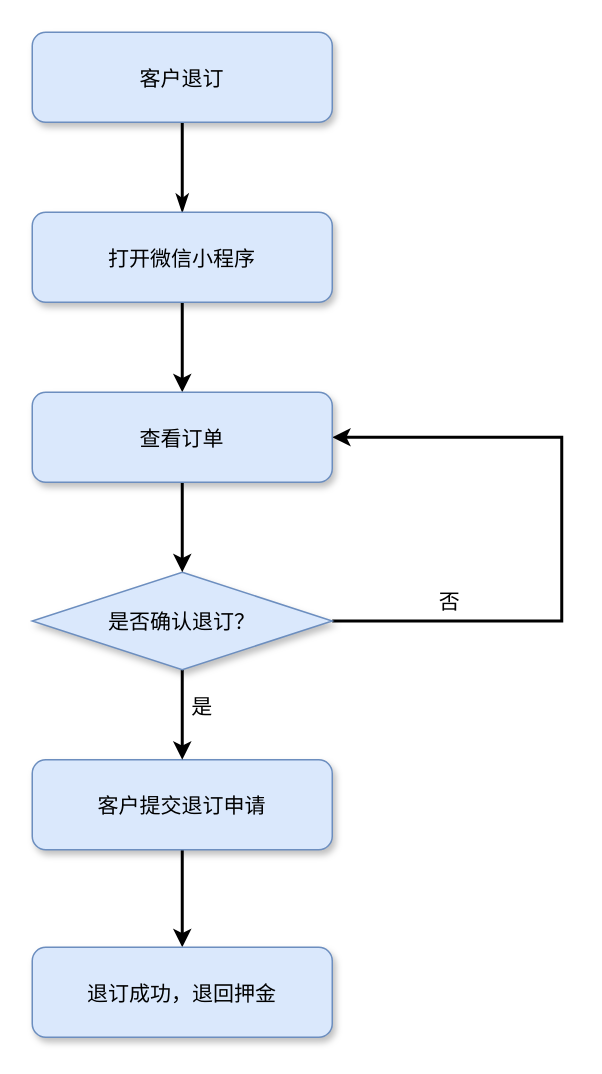
Before: docs/src/客户退订.drawio in AndSonder/smart-hotel-database, a draw.io diagram. Source tidied: cells renumbered, new cells numbered last; positions are measured from the earlier drawing's top-left corner, leaving out a move shared by most shapes. Both pictures are drawn from the tidied source at 150%, with x=0, y=0 at pixel (32, 32).
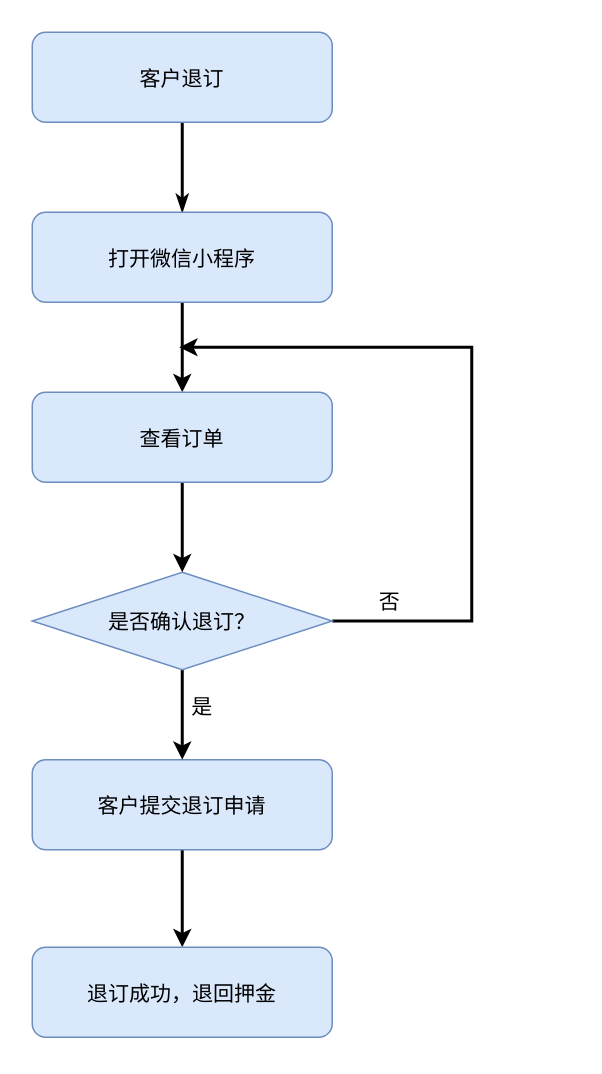
After the change.

What changed in the source:
```diff
@@
 <mxGraphModel>
   <root>
     <mxCell id="0" />
     <mxCell id="1" parent="0" />
-    <mxCell id="2" style="edgeStyle=none;rounded=0;jettySize=auto;html=1;exitX=0.5;exitY=1;exitDx=0;exitDy=0;startArrow=none;startFill=0;endArrow=classicThin;endFill=1;strokeColor=#000000;strokeWidth=2;" parent="1" edge="1" source="3" target="5">
+    <mxCell id="2" style="edgeStyle=none;rounded=0;jettySize=auto;html=1;exitX=0.5;exitY=1;exitDx=0;exitDy=0;startArrow=none;startFill=0;endArrow=classicThin;endFill=1;strokeColor=#000000;strokeWidth=2;shadow=0;" parent="1" edge="1" source="3" target="5">
       <mxGeometry relative="1" as="geometry" />
     </mxCell>
-    <mxCell id="3" value="客户退订" style="rounded=1;fillColor=#dae8fc;strokeColor=#6c8ebf;shadow=1;fontStyle=0;fontSize=14;" parent="1" vertex="1">
+    <mxCell id="3" value="客户退订" style="rounded=1;fillColor=#dae8fc;strokeColor=#6c8ebf;shadow=0;fontStyle=0;fontSize=14;" parent="1" vertex="1">
       <mxGeometry width="200" height="60" as="geometry" />
     </mxCell>
-    <mxCell id="4" style="edgeStyle=orthogonalEdgeStyle;rounded=0;jettySize=auto;html=1;exitX=0.5;exitY=1;exitDx=0;exitDy=0;entryX=0.5;entryY=0;entryDx=0;entryDy=0;strokeWidth=2;" parent="1" edge="1" source="5" target="13">
+    <mxCell id="4" style="edgeStyle=orthogonalEdgeStyle;rounded=0;jettySize=auto;html=1;exitX=0.5;exitY=1;exitDx=0;exitDy=0;entryX=0.5;entryY=0;entryDx=0;entryDy=0;strokeWidth=2;shadow=0;" parent="1" edge="1" source="5" target="13">
       <mxGeometry relative="1" as="geometry" />
     </mxCell>
-    <mxCell id="5" value="打开微信小程序" style="rounded=1;fillColor=#dae8fc;strokeColor=#6c8ebf;shadow=1;fontStyle=0;fontSize=14;" parent="1" vertex="1">
+    <mxCell id="5" value="打开微信小程序" style="rounded=1;fillColor=#dae8fc;strokeColor=#6c8ebf;shadow=0;fontStyle=0;fontSize=14;" parent="1" vertex="1">
       <mxGeometry y="120" width="200" height="60" as="geometry" />
     </mxCell>
-    <mxCell id="6" style="edgeStyle=orthogonalEdgeStyle;rounded=0;jettySize=auto;html=1;exitX=0.5;exitY=1;exitDx=0;exitDy=0;entryX=0.5;entryY=0;entryDx=0;entryDy=0;strokeWidth=2;" parent="1" edge="1" source="7" target="8">
+    <mxCell id="6" style="edgeStyle=orthogonalEdgeStyle;rounded=0;jettySize=auto;html=1;exitX=0.5;exitY=1;exitDx=0;exitDy=0;entryX=0.5;entryY=0;entryDx=0;entryDy=0;strokeWidth=2;shadow=0;" parent="1" edge="1" source="7" target="8">
       <mxGeometry relative="1" as="geometry" />
     </mxCell>
-    <mxCell id="7" value="客户提交退订申请" style="rounded=1;fillColor=#dae8fc;strokeColor=#6c8ebf;shadow=1;fontStyle=0;fontSize=14;" parent="1" vertex="1">
+    <mxCell id="7" value="客户提交退订申请" style="rounded=1;fillColor=#dae8fc;strokeColor=#6c8ebf;shadow=0;fontStyle=0;fontSize=14;" parent="1" vertex="1">
       <mxGeometry y="485" width="200" height="60" as="geometry" />
     </mxCell>
-    <mxCell id="8" value="退订成功，退回押金" style="rounded=1;fillColor=#dae8fc;strokeColor=#6c8ebf;shadow=1;fontStyle=0;fontSize=14;" parent="1" vertex="1">
+    <mxCell id="8" value="退订成功，退回押金" style="rounded=1;fillColor=#dae8fc;strokeColor=#6c8ebf;shadow=0;fontStyle=0;fontSize=14;" parent="1" vertex="1">
       <mxGeometry y="610" width="200" height="60" as="geometry" />
     </mxCell>
-    <mxCell id="9" style="edgeStyle=orthogonalEdgeStyle;rounded=0;jettySize=auto;html=1;exitX=0.5;exitY=1;exitDx=0;exitDy=0;entryX=0.5;entryY=0;entryDx=0;entryDy=0;strokeWidth=2;" parent="1" edge="1" source="11" target="7">
+    <mxCell id="9" style="edgeStyle=orthogonalEdgeStyle;rounded=0;jettySize=auto;html=1;exitX=0.5;exitY=1;exitDx=0;exitDy=0;entryX=0.5;entryY=0;entryDx=0;entryDy=0;strokeWidth=2;shadow=0;" parent="1" edge="1" source="11" target="7">
       <mxGeometry relative="1" as="geometry" />
     </mxCell>
-    <mxCell id="10" style="edgeStyle=orthogonalEdgeStyle;rounded=0;jettySize=auto;html=1;exitX=1;exitY=0.5;exitDx=0;exitDy=0;entryX=1;entryY=0.5;entryDx=0;entryDy=0;strokeWidth=2;" parent="1" edge="1" source="11" target="13">
-      <mxGeometry relative="1" as="geometry">
-        <Array as="points">
-          <mxPoint x="353" y="393" />
-          <mxPoint x="353" y="270" />
-        </Array>
-      </mxGeometry>
-    </mxCell>
+    <mxCell id="16" style="edgeStyle=elbowEdgeStyle;rounded=0;jettySize=auto;html=1;exitX=1;exitY=0.5;exitDx=0;exitDy=0;entryX=1;entryY=0.5;entryDx=0;entryDy=0;shadow=0;strokeWidth=2;" parent="1" edge="1" source="11">
+      <mxGeometry relative="1" as="geometry">
+        <mxPoint x="98" y="210" as="targetPoint" />
+        <Array as="points">
+          <mxPoint x="293" y="280" />
+          <mxPoint x="283" y="280" />
+          <mxPoint x="323" y="300" />
+          <mxPoint x="463" y="310" />
+        </Array>
+      </mxGeometry>
+    </mxCell>
-    <mxCell id="11" value="&lt;font style=&quot;vertical-align: inherit ; font-size: 14px&quot;&gt;&lt;font style=&quot;vertical-align: inherit ; font-size: 14px&quot;&gt;&lt;font style=&quot;vertical-align: inherit ; font-size: 14px&quot;&gt;&lt;font style=&quot;vertical-align: inherit ; font-size: 14px&quot;&gt;是否确认退订？&lt;/font&gt;&lt;/font&gt;&lt;/font&gt;&lt;/font&gt;" style="rhombus;whiteSpace=wrap;html=1;fillColor=#dae8fc;strokeColor=#6c8ebf;shadow=1;" parent="1" vertex="1">
+    <mxCell id="11" value="&lt;font style=&quot;vertical-align: inherit ; font-size: 14px&quot;&gt;&lt;font style=&quot;vertical-align: inherit ; font-size: 14px&quot;&gt;&lt;font style=&quot;vertical-align: inherit ; font-size: 14px&quot;&gt;&lt;font style=&quot;vertical-align: inherit ; font-size: 14px&quot;&gt;是否确认退订？&lt;/font&gt;&lt;/font&gt;&lt;/font&gt;&lt;/font&gt;" style="rhombus;whiteSpace=wrap;html=1;fillColor=#dae8fc;strokeColor=#6c8ebf;shadow=0;" parent="1" vertex="1">
       <mxGeometry y="360" width="200" height="65" as="geometry" />
     </mxCell>
-    <mxCell id="12" style="edgeStyle=orthogonalEdgeStyle;rounded=0;jettySize=auto;html=1;exitX=0.5;exitY=1;exitDx=0;exitDy=0;entryX=0.5;entryY=0;entryDx=0;entryDy=0;strokeWidth=2;" parent="1" edge="1" source="13" target="11">
+    <mxCell id="12" style="edgeStyle=orthogonalEdgeStyle;rounded=0;jettySize=auto;html=1;exitX=0.5;exitY=1;exitDx=0;exitDy=0;entryX=0.5;entryY=0;entryDx=0;entryDy=0;strokeWidth=2;shadow=0;" parent="1" edge="1" source="13" target="11">
       <mxGeometry relative="1" as="geometry" />
     </mxCell>
-    <mxCell id="13" value="查看订单" style="rounded=1;fillColor=#dae8fc;strokeColor=#6c8ebf;shadow=1;fontStyle=0;fontSize=14;" parent="1" vertex="1">
+    <mxCell id="13" value="查看订单" style="rounded=1;fillColor=#dae8fc;strokeColor=#6c8ebf;shadow=0;fontStyle=0;fontSize=14;" parent="1" vertex="1">
       <mxGeometry y="240" width="200" height="60" as="geometry" />
     </mxCell>
-    <mxCell id="14" value="&lt;font style=&quot;font-size: 14px&quot;&gt;否&lt;/font&gt;" style="text;html=1;align=center;verticalAlign=middle;strokeColor=none;" parent="1" vertex="1">
-      <mxGeometry x="263" y="370" width="30" height="20" as="geometry" />
+    <mxCell id="14" value="&lt;font style=&quot;font-size: 14px&quot;&gt;否&lt;/font&gt;" style="text;html=1;align=center;verticalAlign=middle;strokeColor=none;shadow=0;" parent="1" vertex="1">
+      <mxGeometry x="223" y="370" width="30" height="20" as="geometry" />
     </mxCell>
-    <mxCell id="15" value="&lt;font style=&quot;font-size: 14px&quot;&gt;是&lt;/font&gt;" style="text;html=1;align=center;verticalAlign=middle;strokeColor=none;" parent="1" vertex="1">
+    <mxCell id="15" value="&lt;font style=&quot;font-size: 14px&quot;&gt;是&lt;/font&gt;" style="text;html=1;align=center;verticalAlign=middle;strokeColor=none;shadow=0;" parent="1" vertex="1">
       <mxGeometry x="98" y="440" width="30" height="20" as="geometry" />
     </mxCell>
   </root>
 </mxGraphModel>
```
